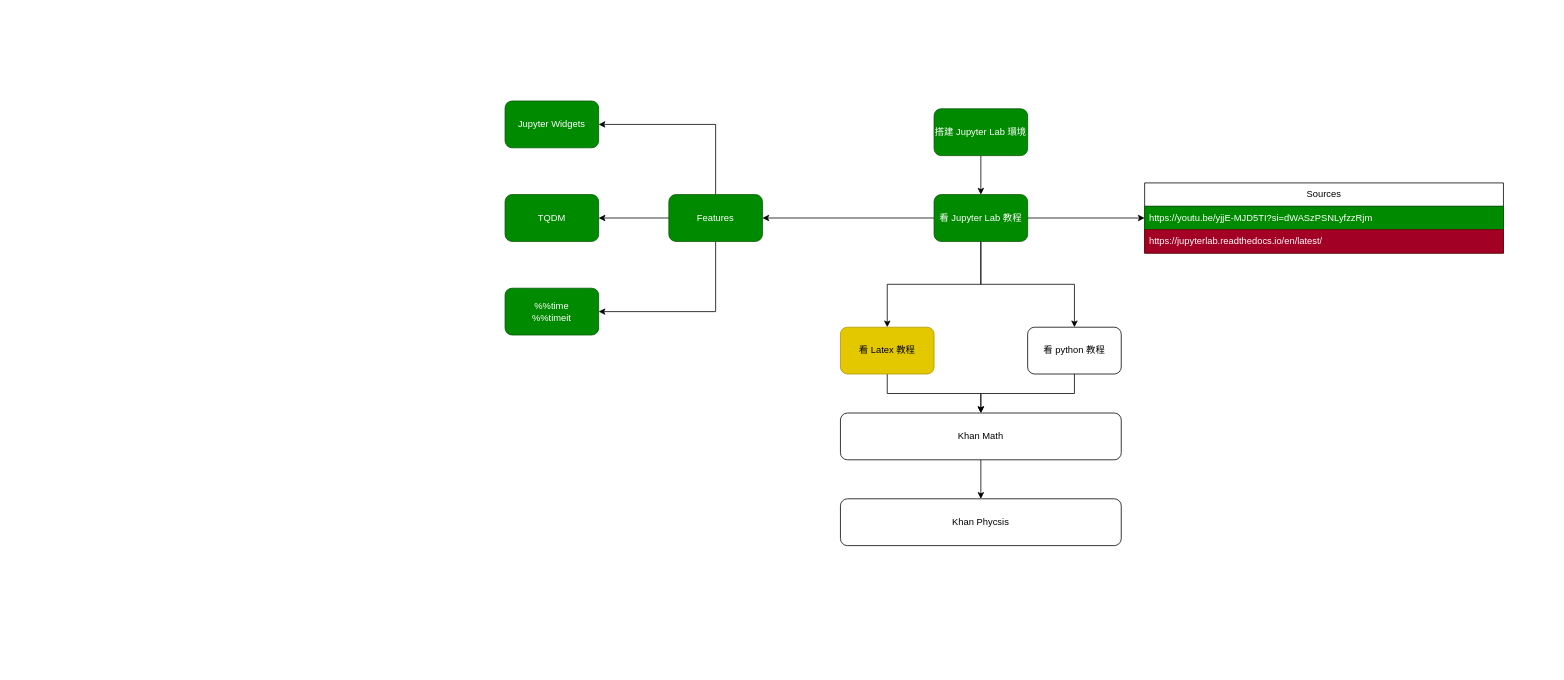
The draw.io diagram page "to-do" (2 of 2) of roadmap.drawio in Mini-Pingu/math_physics, before the edit. Source tidied: cells renumbered, new cells numbered last; positions are measured from the earlier drawing's top-left corner, leaving out a move shared by most shapes. Both pictures are drawn from the tidied source at 78%, with x=0, y=0 at pixel (505, 101).
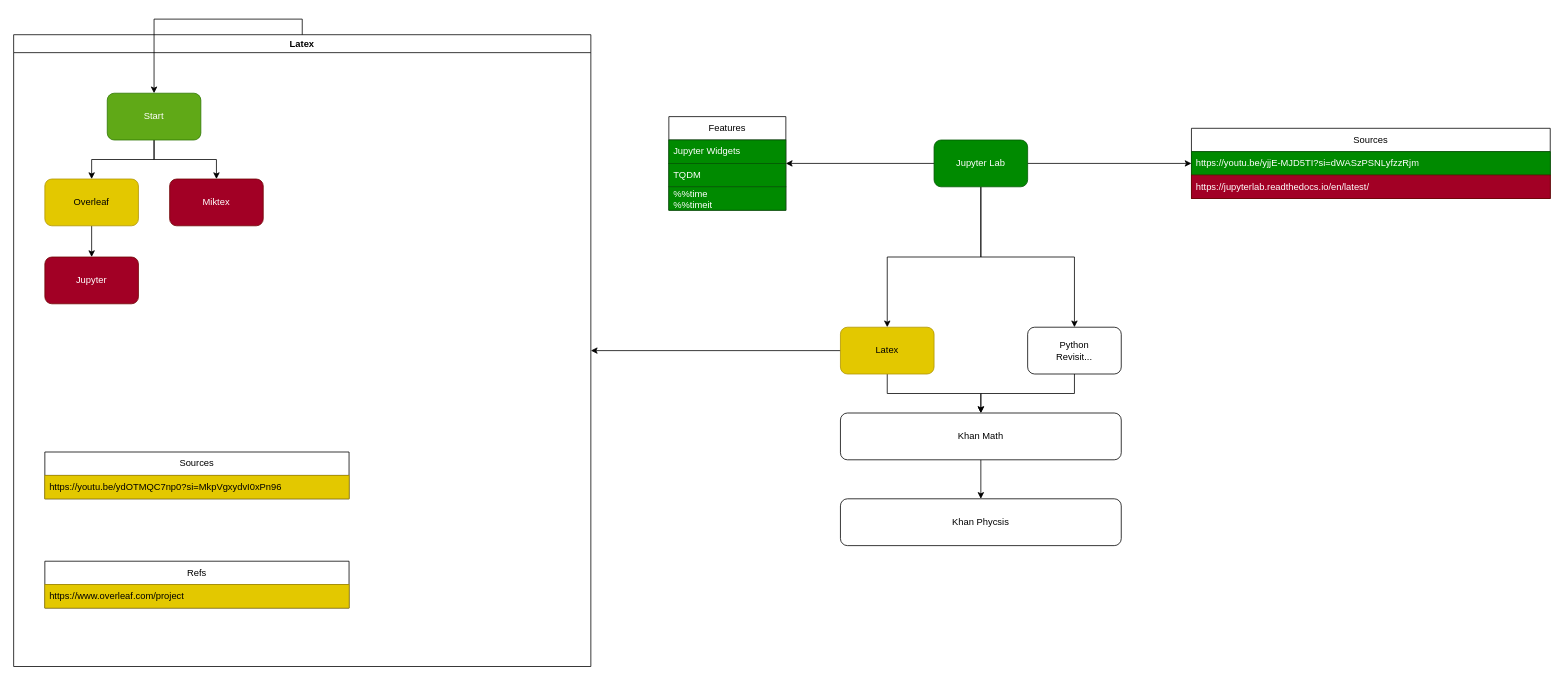
The same page after the edit.

Commit message (it also covers changes not shown here):
studying LaTeX...

The edit, as a diff of the source:
```diff
@@
-    <mxCell id="2" style="edgeStyle=orthogonalEdgeStyle;rounded=0;jettySize=auto;html=1;" parent="1" edge="1" source="3" target="8">
-      <mxGeometry relative="1" as="geometry" />
-    </mxCell>
-    <mxCell id="3" value="搭建 Jupyter Lab 環境" style="rounded=1;whiteSpace=wrap;html=1;fillColor=#008a00;fontColor=#ffffff;strokeColor=#005700;" parent="1" vertex="1">
-      <mxGeometry x="550" y="10" width="120" height="60" as="geometry" />
-    </mxCell>
+    <mxCell id="6" style="edgeStyle=orthogonalEdgeStyle;rounded=0;jettySize=auto;html=1;" parent="1" edge="1" source="8" target="16">
+      <mxGeometry relative="1" as="geometry" />
+    </mxCell>
+    <mxCell id="7" style="edgeStyle=orthogonalEdgeStyle;rounded=0;jettySize=auto;html=1;" parent="1" edge="1" source="8" target="24">
+      <mxGeometry relative="1" as="geometry" />
+    </mxCell>
@@
-    <mxCell id="6" style="edgeStyle=orthogonalEdgeStyle;rounded=0;jettySize=auto;html=1;" parent="1" edge="1" source="8" target="16">
-      <mxGeometry relative="1" as="geometry" />
-    </mxCell>
-    <mxCell id="7" style="edgeStyle=orthogonalEdgeStyle;rounded=0;jettySize=auto;html=1;" parent="1" edge="1" source="8" target="24">
-      <mxGeometry relative="1" as="geometry" />
-    </mxCell>
-    <mxCell id="8" value="看 Jupyter Lab 教程" style="rounded=1;whiteSpace=wrap;html=1;fillColor=#008a00;fontColor=#ffffff;strokeColor=#005700;" parent="1" vertex="1">
-      <mxGeometry x="550" y="120" width="120" height="60" as="geometry" />
+    <mxCell id="8" value="Jupyter Lab" style="rounded=1;whiteSpace=wrap;html=1;fillColor=#008a00;fontColor=#ffffff;strokeColor=#005700;" parent="1" vertex="1">
+      <mxGeometry x="550" y="50" width="120" height="60" as="geometry" />
     </mxCell>
@@
+    <mxCell id="26" style="edgeStyle=orthogonalEdgeStyle;rounded=0;jettySize=auto;html=1;" parent="1" edge="1" source="10" target="27">
+      <mxGeometry relative="1" as="geometry" />
+    </mxCell>
-    <mxCell id="10" value="看 Latex 教程" style="rounded=1;whiteSpace=wrap;html=1;fillColor=#e3c800;fontColor=#000000;strokeColor=#B09500;" parent="1" vertex="1">
+    <mxCell id="10" value="Latex" style="rounded=1;whiteSpace=wrap;html=1;fillColor=#e3c800;fontColor=#000000;strokeColor=#B09500;" parent="1" vertex="1">
       <mxGeometry x="430" y="290" width="120" height="60" as="geometry" />
     </mxCell>
@@
-    <mxCell id="12" value="看 python 教程" style="rounded=1;whiteSpace=wrap;html=1;" parent="1" vertex="1">
+    <mxCell id="12" value="Python&lt;br&gt;Revisit..." style="rounded=1;whiteSpace=wrap;html=1;" parent="1" vertex="1">
       <mxGeometry x="670" y="290" width="120" height="60" as="geometry" />
     </mxCell>
@@
     <mxCell id="16" value="Sources" style="swimlane;fontStyle=0;horizontal=1;startSize=30;whiteSpace=wrap;html=1;" parent="1" vertex="1">
-      <mxGeometry x="820" y="105" width="460" height="90" as="geometry" />
+      <mxGeometry x="880" y="35" width="460" height="90" as="geometry" />
     </mxCell>
@@
+    <mxCell id="24" value="Features" style="swimlane;fontStyle=0;horizontal=1;startSize=30;whiteSpace=wrap;html=1;" parent="1" vertex="1">
+      <mxGeometry x="210" y="20" width="150" height="120" as="geometry" />
+    </mxCell>
-    <mxCell id="19" value="Jupyter Widgets" style="rounded=1;whiteSpace=wrap;html=1;fillColor=#008a00;fontColor=#ffffff;strokeColor=#005700;" parent="1" vertex="1">
-      <mxGeometry width="120" height="60" as="geometry" />
+    <mxCell id="19" value="Jupyter Widgets" style="text;strokeColor=#005700;fillColor=#008a00;align=left;verticalAlign=middle;spacingLeft=4;spacingRight=4;overflow=hidden;points=[[0,0.5],[1,0.5]];portConstraint=eastwest;whiteSpace=wrap;html=1;fontColor=#ffffff;" parent="24" vertex="1">
+      <mxGeometry y="30" width="150" height="30" as="geometry" />
     </mxCell>
-    <mxCell id="20" value="TQDM" style="rounded=1;whiteSpace=wrap;html=1;fillColor=#008a00;fontColor=#ffffff;strokeColor=#005700;" parent="1" vertex="1">
-      <mxGeometry y="120" width="120" height="60" as="geometry" />
+    <mxCell id="20" value="TQDM" style="text;strokeColor=#005700;fillColor=#008a00;align=left;verticalAlign=middle;spacingLeft=4;spacingRight=4;overflow=hidden;points=[[0,0.5],[1,0.5]];portConstraint=eastwest;whiteSpace=wrap;html=1;fontColor=#ffffff;" parent="24" vertex="1">
+      <mxGeometry y="60" width="150" height="30" as="geometry" />
     </mxCell>
-    <mxCell id="21" style="edgeStyle=orthogonalEdgeStyle;rounded=0;jettySize=auto;html=1;" parent="1" edge="1" source="24" target="19">
-      <mxGeometry relative="1" as="geometry">
-        <Array as="points">
-          <mxPoint x="270" y="30" />
-        </Array>
-      </mxGeometry>
-    </mxCell>
-    <mxCell id="22" style="edgeStyle=orthogonalEdgeStyle;rounded=0;jettySize=auto;html=1;" parent="1" edge="1" source="24" target="20">
-      <mxGeometry relative="1" as="geometry" />
-    </mxCell>
-    <mxCell id="23" style="edgeStyle=orthogonalEdgeStyle;rounded=0;jettySize=auto;html=1;" parent="1" edge="1" source="24" target="25">
-      <mxGeometry relative="1" as="geometry">
-        <Array as="points">
-          <mxPoint x="270" y="270" />
-        </Array>
-      </mxGeometry>
-    </mxCell>
-    <mxCell id="24" value="Features" style="rounded=1;whiteSpace=wrap;html=1;fillColor=#008a00;fontColor=#ffffff;strokeColor=#005700;" parent="1" vertex="1">
-      <mxGeometry x="210" y="120" width="120" height="60" as="geometry" />
-    </mxCell>
-    <mxCell id="25" value="%%time&lt;div&gt;%%timeit&lt;/div&gt;" style="rounded=1;whiteSpace=wrap;html=1;fillColor=#008a00;fontColor=#ffffff;strokeColor=#005700;" parent="1" vertex="1">
-      <mxGeometry y="240" width="120" height="60" as="geometry" />
+    <mxCell id="25" value="&lt;div&gt;%%time&lt;/div&gt;&lt;div&gt;%%timeit&lt;/div&gt;" style="text;strokeColor=#005700;fillColor=#008a00;align=left;verticalAlign=middle;spacingLeft=4;spacingRight=4;overflow=hidden;points=[[0,0.5],[1,0.5]];portConstraint=eastwest;whiteSpace=wrap;html=1;fontColor=#ffffff;" parent="24" vertex="1">
+      <mxGeometry y="90" width="150" height="30" as="geometry" />
     </mxCell>
+    <mxCell id="27" value="Latex" style="swimlane;whiteSpace=wrap;html=1;" parent="1" vertex="1">
+      <mxGeometry x="-630" y="-85" width="740" height="810" as="geometry" />
+    </mxCell>
+    <mxCell id="28" value="Sources" style="swimlane;fontStyle=0;horizontal=1;startSize=30;whiteSpace=wrap;html=1;" parent="27" vertex="1">
+      <mxGeometry x="40" y="535" width="390" height="60" as="geometry" />
+    </mxCell>
+    <mxCell id="29" value="https://youtu.be/ydOTMQC7np0?si=MkpVgxydvI0xPn96" style="text;strokeColor=#B09500;fillColor=#e3c800;align=left;verticalAlign=middle;spacingLeft=4;spacingRight=4;overflow=hidden;whiteSpace=wrap;html=1;fontColor=#000000;" parent="28" vertex="1">
+      <mxGeometry y="30" width="390" height="30" as="geometry" />
+    </mxCell>
+    <mxCell id="30" value="Refs" style="swimlane;fontStyle=0;horizontal=1;startSize=30;whiteSpace=wrap;html=1;" parent="27" vertex="1">
+      <mxGeometry x="40" y="675" width="390" height="60" as="geometry" />
+    </mxCell>
+    <mxCell id="31" value="https://www.overleaf.com/project" style="text;strokeColor=#B09500;fillColor=#e3c800;align=left;verticalAlign=middle;spacingLeft=4;spacingRight=4;overflow=hidden;whiteSpace=wrap;html=1;fontColor=#000000;" parent="30" vertex="1">
+      <mxGeometry y="30" width="390" height="30" as="geometry" />
+    </mxCell>
+    <mxCell id="32" style="edgeStyle=orthogonalEdgeStyle;rounded=0;jettySize=auto;html=1;" parent="27" edge="1" source="33" target="34">
+      <mxGeometry relative="1" as="geometry" />
+    </mxCell>
+    <mxCell id="33" value="Overleaf" style="rounded=1;whiteSpace=wrap;html=1;fillColor=#e3c800;fontColor=#000000;strokeColor=#B09500;" parent="27" vertex="1">
+      <mxGeometry x="40" y="185" width="120" height="60" as="geometry" />
+    </mxCell>
+    <mxCell id="34" value="Jupyter" style="rounded=1;whiteSpace=wrap;html=1;fillColor=#a20025;fontColor=#ffffff;strokeColor=#6F0000;" parent="27" vertex="1">
+      <mxGeometry x="40" y="285" width="120" height="60" as="geometry" />
+    </mxCell>
+    <mxCell id="35" value="Miktex" style="rounded=1;whiteSpace=wrap;html=1;fillColor=#a20025;fontColor=#ffffff;strokeColor=#6F0000;" parent="27" vertex="1">
+      <mxGeometry x="200" y="185" width="120" height="60" as="geometry" />
+    </mxCell>
+    <mxCell id="36" style="edgeStyle=orthogonalEdgeStyle;rounded=0;jettySize=auto;html=1;" parent="27" edge="1" source="38" target="33">
+      <mxGeometry relative="1" as="geometry" />
+    </mxCell>
+    <mxCell id="37" style="edgeStyle=orthogonalEdgeStyle;rounded=0;jettySize=auto;html=1;" parent="27" edge="1" source="38" target="35">
+      <mxGeometry relative="1" as="geometry" />
+    </mxCell>
+    <mxCell id="38" value="Start" style="rounded=1;whiteSpace=wrap;html=1;fillColor=#60a917;fontColor=#ffffff;strokeColor=#2D7600;" parent="27" vertex="1">
+      <mxGeometry x="120" y="75" width="120" height="60" as="geometry" />
+    </mxCell>
+    <mxCell id="39" style="edgeStyle=orthogonalEdgeStyle;rounded=0;jettySize=auto;html=1;" parent="27" edge="1" source="27" target="38">
+      <mxGeometry relative="1" as="geometry" />
+    </mxCell>
```
